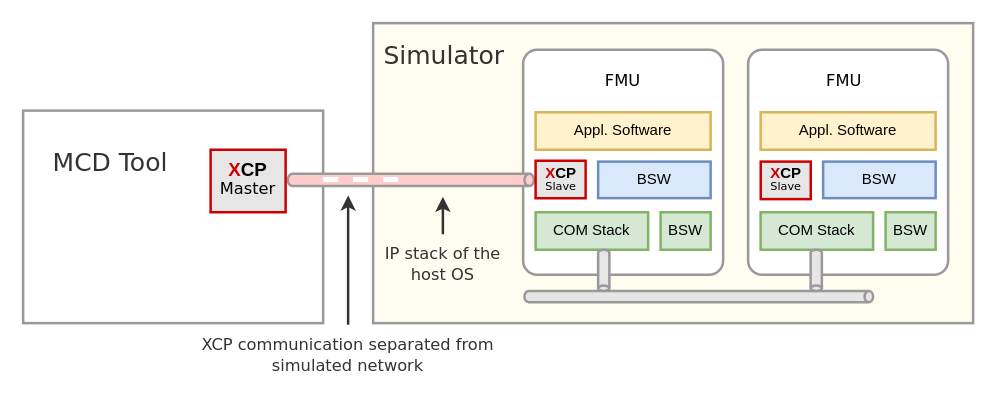
Before: docs/images/XCP-Communication-via-IP-Stack.drawio in modelica/fmi-ls-xcp, a draw.io diagram. Source tidied: cells renumbered, new cells numbered last; positions are measured from the earlier drawing's top-left corner, leaving out a move shared by most shapes. Both pictures are drawn from the tidied source at 125%, with x=0, y=0 at pixel (22, 22).
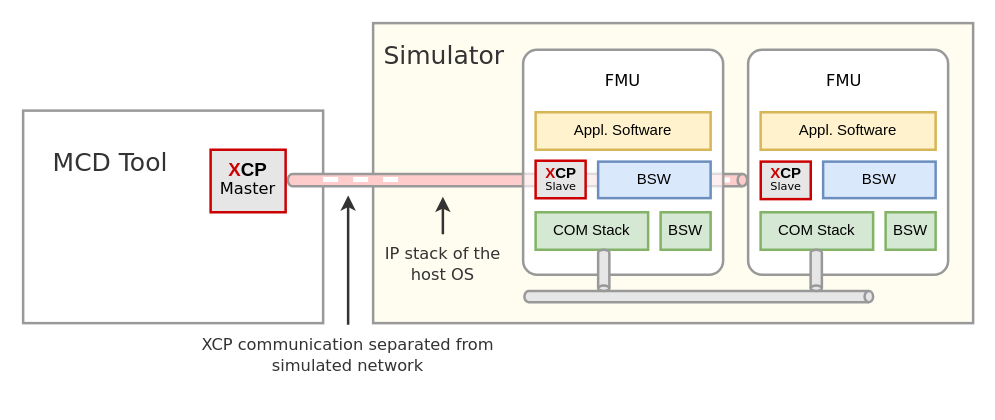
The same page after the edit.

Diff of the diagram source:
```diff
@@
+    <mxCell id="5" style="shape=cylinder3;whiteSpace=wrap;html=1;boundedLbl=1;backgroundOutline=1;size=3.826428571428579;strokeColor=#999999;strokeWidth=2;fillColor=#FFCCCC;rotation=90;" parent="1" vertex="1">
+      <mxGeometry x="390.6" y="-58.2" width="9.8" height="367.5" as="geometry" />
+    </mxCell>
+    <mxCell id="34" style="endArrow=none;dashed=1;html=1;rounded=0;strokeColor=#FFFFFF;strokeWidth=4;fontFamily=Verdana;fontSize=20;fontColor=#000000;startSize=6;endSize=6;jumpSize=6;" parent="1" edge="1">
+      <mxGeometry relative="1" as="geometry">
+        <mxPoint x="505.5" y="125.4" as="sourcePoint" />
+        <mxPoint x="575.5" y="125.4" as="targetPoint" />
+      </mxGeometry>
+    </mxCell>
@@
-    <mxCell id="5" style="shape=cylinder3;whiteSpace=wrap;html=1;boundedLbl=1;backgroundOutline=1;size=3.826428571428579;strokeColor=#999999;strokeWidth=2;fillColor=#FFCCCC;rotation=90;" parent="1" vertex="1">
-      <mxGeometry x="305.3" y="27" width="9.8" height="197" as="geometry" />
-    </mxCell>
@@
+    <mxCell id="35" style="rounded=0;whiteSpace=wrap;html=1;strokeWidth=2;strokeColor=#999999;fillColor=#FFCCCC;opacity=30;" parent="1" vertex="1">
+      <mxGeometry x="400" y="120.5" width="160" height="10" as="geometry" />
+    </mxCell>
```
